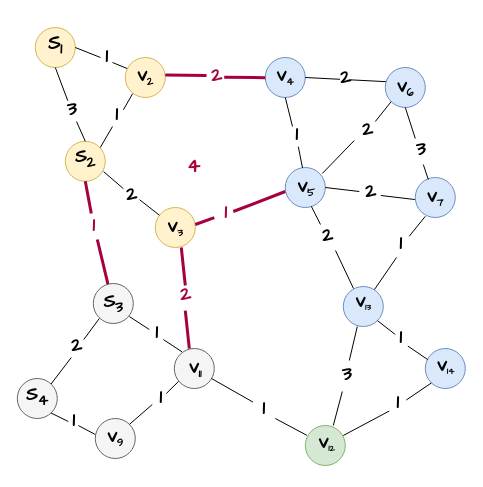
coldbubbletea/World-of-Warcraft--Non-graphical-interface-CPP-game keeps this draw.io diagram as 1.drawio. Above is the earlier version. Source tidied: cells renumbered, new cells numbered last; positions are measured from the earlier drawing's top-left corner, leaving out a move shared by most shapes. Both pictures are drawn from the tidied source at 100%, with x=0, y=0 at pixel (17, 27).
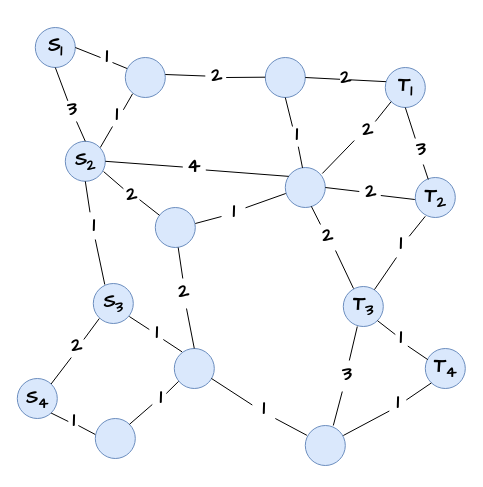
After the change.

The change refers to these unchanged cells:
```xml
<mxCell id="12" style="ellipse;whiteSpace=wrap;html=1;fillColor=#dae8fc;strokeColor=#6c8ebf;" parent="1" vertex="1">
  <mxGeometry x="267.8" y="140" width="40" height="40" as="geometry" />
</mxCell>
<mxCell id="43" value="&lt;font style=&quot;font-size: 19px;&quot; face=&quot;Comic Sans MS&quot;&gt;&lt;b&gt;1&lt;/b&gt;&lt;/font&gt;" style="text;html=1;strokeColor=none;fillColor=none;align=center;verticalAlign=middle;whiteSpace=wrap;rounded=0;fontColor=#000000;" parent="1" vertex="1">
  <mxGeometry x="234.8" y="373" width="23" height="18" as="geometry" />
</mxCell>
```

Change to the diagram source:
```diff
@@
-    <mxCell id="8" style="ellipse;whiteSpace=wrap;html=1;fillColor=#fff2cc;strokeColor=#d6b656;" parent="1" vertex="1">
+    <mxCell id="8" style="ellipse;whiteSpace=wrap;html=1;fillColor=#DAE8FC;strokeColor=#6C8EBF;" parent="1" vertex="1">
       <mxGeometry x="17.8" width="40" height="40" as="geometry" />
     </mxCell>
-    <mxCell id="9" style="ellipse;whiteSpace=wrap;html=1;fillColor=#fff2cc;strokeColor=#d6b656;" parent="1" vertex="1">
+    <mxCell id="9" style="ellipse;whiteSpace=wrap;html=1;fillColor=#DAE8FC;strokeColor=#6C8EBF;" parent="1" vertex="1">
       <mxGeometry x="47.8" y="113.8" width="40" height="40" as="geometry" />
     </mxCell>
-    <mxCell id="10" style="ellipse;whiteSpace=wrap;html=1;fillColor=#fff2cc;strokeColor=#d6b656;" parent="1" vertex="1">
+    <mxCell id="10" style="ellipse;whiteSpace=wrap;html=1;fillColor=#DAE8FC;strokeColor=#6C8EBF;" parent="1" vertex="1">
       <mxGeometry x="107.8" y="30" width="40" height="40" as="geometry" />
     </mxCell>
-    <mxCell id="11" style="ellipse;whiteSpace=wrap;html=1;fillColor=#fff2cc;strokeColor=#d6b656;" parent="1" vertex="1">
+    <mxCell id="11" style="ellipse;whiteSpace=wrap;html=1;fillColor=#DAE8FC;strokeColor=#6C8EBF;" parent="1" vertex="1">
       <mxGeometry x="137.8" y="180" width="40" height="40" as="geometry" />
     </mxCell>
@@
-    <mxCell id="20" value="&lt;h2 style=&quot;&quot;&gt;&lt;font face=&quot;comic sans ms&quot; style=&quot;font-size: 19px;&quot;&gt;v&lt;/font&gt;&lt;font face=&quot;comic sans ms&quot; style=&quot;font-size: 13.1944px;&quot;&gt;&lt;sub&gt;3&lt;/sub&gt;&lt;/font&gt;&lt;/h2&gt;" style="text;html=1;strokeColor=none;fillColor=none;align=center;verticalAlign=middle;whiteSpace=wrap;rounded=0;" parent="1" vertex="1">
-      <mxGeometry x="147.8" y="191.2" width="20" height="17.5" as="geometry" />
-    </mxCell>
-    <mxCell id="21" value="&lt;h2 style=&quot;&quot;&gt;&lt;font style=&quot;font-size: 19px;&quot;&gt;v&lt;/font&gt;&lt;font style=&quot;font-size: 13.1944px;&quot;&gt;&lt;sub&gt;2&lt;/sub&gt;&lt;/font&gt;&lt;/h2&gt;" style="text;html=1;strokeColor=none;fillColor=none;align=center;verticalAlign=middle;whiteSpace=wrap;rounded=0;fontFamily=Comic Sans MS;" parent="1" vertex="1">
-      <mxGeometry x="117.8" y="40" width="20" height="17.5" as="geometry" />
-    </mxCell>
-    <mxCell id="22" style="ellipse;whiteSpace=wrap;html=1;fillColor=#f5f5f5;strokeColor=#666666;fontColor=#333333;" parent="1" vertex="1">
+    <mxCell id="22" style="ellipse;whiteSpace=wrap;html=1;fillColor=#DAE8FC;strokeColor=#6C8EBF;fontColor=#333333;" parent="1" vertex="1">
       <mxGeometry x="156.8" y="321" width="40" height="40" as="geometry" />
     </mxCell>
-    <mxCell id="23" style="ellipse;whiteSpace=wrap;html=1;fillColor=#f5f5f5;strokeColor=#666666;fontColor=#333333;" parent="1" vertex="1">
+    <mxCell id="23" style="ellipse;whiteSpace=wrap;html=1;fillColor=#DAE8FC;strokeColor=#6C8EBF;fontColor=#333333;" parent="1" vertex="1">
       <mxGeometry x="75.8" y="256" width="40" height="40" as="geometry" />
     </mxCell>
-    <mxCell id="24" style="ellipse;whiteSpace=wrap;html=1;fillColor=#f5f5f5;strokeColor=#666666;fontColor=#333333;" parent="1" vertex="1">
+    <mxCell id="24" style="ellipse;whiteSpace=wrap;html=1;fillColor=#DAE8FC;strokeColor=#6C8EBF;fontColor=#333333;gradientColor=none;" parent="1" vertex="1">
       <mxGeometry x="77.8" y="391" width="40" height="40" as="geometry" />
     </mxCell>
-    <mxCell id="25" style="ellipse;whiteSpace=wrap;html=1;fillColor=#f5f5f5;strokeColor=#666666;fontColor=#333333;" parent="1" vertex="1">
+    <mxCell id="25" style="ellipse;whiteSpace=wrap;html=1;fillColor=#DAE8FC;strokeColor=#6C8EBF;fontColor=#333333;" parent="1" vertex="1">
       <mxGeometry x="-0.2" y="351" width="40" height="40" as="geometry" />
     </mxCell>
-    <mxCell id="26" style="endArrow=none;html=1;rounded=0;strokeWidth=3;fillColor=#d80073;strokeColor=#A50040;entryX=0.5;entryY=1;entryDx=0;entryDy=0;" parent="1" edge="1" target="9">
-      <mxGeometry relative="1" as="geometry">
-        <mxPoint x="73.8" y="186" as="sourcePoint" />
-      </mxGeometry>
-    </mxCell>
@@
-    <mxCell id="29" style="ellipse;whiteSpace=wrap;html=1;fillColor=#d5e8d4;strokeColor=#82b366;" parent="1" vertex="1">
+    <mxCell id="29" style="ellipse;whiteSpace=wrap;html=1;fillColor=#DAE8FC;strokeColor=#6C8EBF;" parent="1" vertex="1">
       <mxGeometry x="287.8" y="398" width="40" height="40" as="geometry" />
     </mxCell>
@@
-    <mxCell id="32" value="&lt;h2 style=&quot;&quot;&gt;&lt;font style=&quot;font-size: 19px;&quot;&gt;v&lt;/font&gt;&lt;font style=&quot;font-size: 13.1944px;&quot;&gt;&lt;sub&gt;6&lt;/sub&gt;&lt;/font&gt;&lt;/h2&gt;" style="text;html=1;strokeColor=none;fillColor=none;align=center;verticalAlign=middle;whiteSpace=wrap;rounded=0;fontFamily=Comic Sans MS;" parent="1" vertex="1">
-      <mxGeometry x="377.8" y="51.2" width="20" height="17.5" as="geometry" />
-    </mxCell>
-    <mxCell id="33" value="&lt;font color=&quot;#a50040&quot; style=&quot;font-size: 19px;&quot; face=&quot;Comic Sans MS&quot;&gt;&lt;b&gt;1&lt;/b&gt;&lt;/font&gt;" style="text;html=1;strokeColor=none;fillColor=none;align=center;verticalAlign=middle;whiteSpace=wrap;rounded=0;" parent="1" vertex="1">
+    <mxCell id="33" value="&lt;font style=&quot;font-size: 19px;&quot; face=&quot;Comic Sans MS&quot;&gt;&lt;b&gt;1&lt;/b&gt;&lt;/font&gt;" style="text;html=1;strokeColor=none;fillColor=none;align=center;verticalAlign=middle;whiteSpace=wrap;rounded=0;fontColor=#000000;" parent="1" vertex="1">
       <mxGeometry x="64.8" y="190" width="23" height="18" as="geometry" />
     </mxCell>
-    <mxCell id="34" style="endArrow=none;html=1;rounded=0;strokeWidth=3;fillColor=#d80073;strokeColor=#A50040;entryX=0.5;entryY=1;entryDx=0;entryDy=0;exitX=0.366;exitY=0.015;exitDx=0;exitDy=0;exitPerimeter=0;" parent="1" edge="1" source="23">
-      <mxGeometry relative="1" as="geometry">
-        <mxPoint x="79.8" y="212" as="targetPoint" />
-      </mxGeometry>
-    </mxCell>
-    <mxCell id="35" style="endArrow=none;html=1;rounded=0;strokeWidth=3;fillColor=#d80073;strokeColor=#A50040;entryX=0.5;entryY=1;entryDx=0;entryDy=0;" parent="1" edge="1">
-      <mxGeometry relative="1" as="geometry">
-        <mxPoint x="167.8" y="258" as="sourcePoint" />
-        <mxPoint x="163.8" y="220" as="targetPoint" />
-      </mxGeometry>
-    </mxCell>
-    <mxCell id="36" value="&lt;font color=&quot;#a50040&quot; style=&quot;font-size: 19px;&quot; face=&quot;Comic Sans MS&quot;&gt;&lt;b&gt;2&lt;/b&gt;&lt;/font&gt;" style="text;html=1;strokeColor=none;fillColor=none;align=center;verticalAlign=middle;whiteSpace=wrap;rounded=0;" parent="1" vertex="1">
-      <mxGeometry x="156.8" y="259" width="23" height="18" as="geometry" />
+    <mxCell id="36" value="&lt;font style=&quot;font-size: 19px;&quot; face=&quot;Comic Sans MS&quot;&gt;&lt;b&gt;2&lt;/b&gt;&lt;/font&gt;" style="text;html=1;strokeColor=none;fillColor=none;align=center;verticalAlign=middle;whiteSpace=wrap;rounded=0;fontColor=#000000;" parent="1" vertex="1">
+      <mxGeometry x="154.8" y="255.5" width="23" height="18" as="geometry" />
     </mxCell>
@@
-    <mxCell id="38" style="endArrow=none;html=1;rounded=0;strokeWidth=3;fillColor=#d80073;strokeColor=#A50040;entryX=0.5;entryY=1;entryDx=0;entryDy=0;" parent="1" edge="1">
-      <mxGeometry relative="1" as="geometry">
-        <mxPoint x="171.8" y="321.2" as="sourcePoint" />
-        <mxPoint x="167.8" y="283.2" as="targetPoint" />
-      </mxGeometry>
-    </mxCell>
@@
-    <mxCell id="40" value="&lt;font color=&quot;#a50040&quot; style=&quot;font-size: 19px;&quot; face=&quot;Comic Sans MS&quot;&gt;&lt;b&gt;4&lt;/b&gt;&lt;/font&gt;" style="text;html=1;strokeColor=none;fillColor=none;align=center;verticalAlign=middle;whiteSpace=wrap;rounded=0;" parent="1" vertex="1">
+    <mxCell id="40" value="&lt;font style=&quot;font-size: 19px;&quot; face=&quot;Comic Sans MS&quot;&gt;&lt;b&gt;4&lt;/b&gt;&lt;/font&gt;" style="text;html=1;strokeColor=none;fillColor=none;align=center;verticalAlign=middle;whiteSpace=wrap;rounded=0;fontColor=#000000;" parent="1" vertex="1">
       <mxGeometry x="165.3" y="130.5" width="23" height="18" as="geometry" />
     </mxCell>
@@
-    <mxCell id="48" value="&lt;h2 style=&quot;&quot;&gt;&lt;font style=&quot;font-size: 19px;&quot;&gt;v&lt;/font&gt;&lt;font style=&quot;font-size: 10.9953px;&quot;&gt;&lt;sub&gt;13&lt;/sub&gt;&lt;/font&gt;&lt;/h2&gt;" style="text;html=1;strokeColor=none;fillColor=none;align=center;verticalAlign=middle;whiteSpace=wrap;rounded=0;fontFamily=Comic Sans MS;" parent="1" vertex="1">
-      <mxGeometry x="335.8" y="265.8" width="20" height="17.5" as="geometry" />
-    </mxCell>
@@
-    <mxCell id="51" value="&lt;h2 style=&quot;&quot;&gt;&lt;font style=&quot;font-size: 19px;&quot;&gt;v&lt;/font&gt;&lt;font style=&quot;font-size: 10.9953px;&quot;&gt;&lt;sub&gt;12&lt;/sub&gt;&lt;/font&gt;&lt;/h2&gt;" style="text;html=1;strokeColor=none;fillColor=none;align=center;verticalAlign=middle;whiteSpace=wrap;rounded=0;fontFamily=Comic Sans MS;" parent="1" vertex="1">
-      <mxGeometry x="299.3" y="407" width="20.5" height="18" as="geometry" />
-    </mxCell>
-    <mxCell id="52" value="&lt;h2 style=&quot;&quot;&gt;&lt;font style=&quot;font-size: 19px;&quot;&gt;v&lt;/font&gt;&lt;font style=&quot;font-size: 10.9953px;&quot;&gt;&lt;sub&gt;14&lt;/sub&gt;&lt;/font&gt;&lt;/h2&gt;" style="text;html=1;strokeColor=none;fillColor=none;align=center;verticalAlign=middle;whiteSpace=wrap;rounded=0;fontFamily=Comic Sans MS;" parent="1" vertex="1">
-      <mxGeometry x="417.6" y="329.5" width="20.5" height="18" as="geometry" />
-    </mxCell>
@@
-    <mxCell id="65" value="&lt;font color=&quot;#a50040&quot; style=&quot;font-size: 19px;&quot; face=&quot;Comic Sans MS&quot;&gt;&lt;b&gt;1&lt;/b&gt;&lt;/font&gt;" style="text;html=1;strokeColor=none;fillColor=none;align=center;verticalAlign=middle;whiteSpace=wrap;rounded=0;" parent="1" vertex="1">
-      <mxGeometry x="196.8" y="177" width="23" height="18" as="geometry" />
+    <mxCell id="65" value="&lt;font style=&quot;font-size: 19px;&quot; face=&quot;Comic Sans MS&quot;&gt;&lt;b&gt;1&lt;/b&gt;&lt;/font&gt;" style="text;html=1;strokeColor=none;fillColor=none;align=center;verticalAlign=middle;whiteSpace=wrap;rounded=0;fontColor=#000000;" parent="1" vertex="1">
+      <mxGeometry x="205" y="175.8" width="23" height="18" as="geometry" />
     </mxCell>
-    <mxCell id="66" style="endArrow=none;html=1;rounded=0;strokeWidth=3;fillColor=#d80073;strokeColor=#A50040;entryX=0.181;entryY=0.874;entryDx=0;entryDy=0;entryPerimeter=0;" parent="1" edge="1">
-      <mxGeometry relative="1" as="geometry">
-        <mxPoint x="215.8" y="184" as="sourcePoint" />
-        <mxPoint x="267.8" y="164" as="targetPoint" />
-      </mxGeometry>
-    </mxCell>
-    <mxCell id="67" style="endArrow=none;html=1;rounded=0;strokeWidth=3;fillColor=#d80073;strokeColor=#A50040;" parent="1" edge="1" target="65">
-      <mxGeometry relative="1" as="geometry">
-        <mxPoint x="177.8" y="197" as="sourcePoint" />
-      </mxGeometry>
-    </mxCell>
@@
-    <mxCell id="80" style="endArrow=none;html=1;rounded=0;exitX=1;exitY=0.5;exitDx=0;exitDy=0;strokeWidth=3;fillColor=#d80073;strokeColor=#A50040;" parent="1" edge="1">
-      <mxGeometry relative="1" as="geometry">
-        <mxPoint x="147.8" y="47.5" as="sourcePoint" />
-        <mxPoint x="189" y="48" as="targetPoint" />
-      </mxGeometry>
-    </mxCell>
-    <mxCell id="81" value="&lt;font color=&quot;#a50040&quot; style=&quot;font-size: 19px;&quot; face=&quot;Comic Sans MS&quot;&gt;&lt;b&gt;2&lt;/b&gt;&lt;/font&gt;" style="text;html=1;strokeColor=none;fillColor=none;align=center;verticalAlign=middle;whiteSpace=wrap;rounded=0;" parent="1" vertex="1">
+    <mxCell id="81" value="&lt;font style=&quot;font-size: 19px;&quot; face=&quot;Comic Sans MS&quot;&gt;&lt;b&gt;2&lt;/b&gt;&lt;/font&gt;" style="text;html=1;strokeColor=none;fillColor=none;align=center;verticalAlign=middle;whiteSpace=wrap;rounded=0;fontColor=#000000;" parent="1" vertex="1">
       <mxGeometry x="187.8" y="39.5" width="23" height="18" as="geometry" />
     </mxCell>
-    <mxCell id="82" style="endArrow=none;html=1;rounded=0;exitX=1;exitY=0.5;exitDx=0;exitDy=0;strokeWidth=3;fillColor=#d80073;strokeColor=#A50040;" parent="1" edge="1">
-      <mxGeometry relative="1" as="geometry">
-        <mxPoint x="206.7" y="49.8" as="sourcePoint" />
-        <mxPoint x="247.8" y="50.2" as="targetPoint" />
-      </mxGeometry>
-    </mxCell>
@@
     <mxCell id="87" value="&lt;h2 style=&quot;border-color: var(--border-color);&quot;&gt;S&lt;sub style=&quot;border-color: var(--border-color);&quot;&gt;2&lt;/sub&gt;&lt;/h2&gt;" style="text;html=1;strokeColor=none;fillColor=none;align=center;verticalAlign=middle;whiteSpace=wrap;rounded=0;fontFamily=Comic Sans MS;" parent="1" vertex="1">
-      <mxGeometry x="57.8" y="122.5" width="20" height="17.5" as="geometry" />
+      <mxGeometry x="57.8" y="125" width="20" height="17.5" as="geometry" />
     </mxCell>
     <mxCell id="88" value="&lt;h2 style=&quot;&quot;&gt;&lt;span style=&quot;font-size: 19px;&quot;&gt;S&lt;sub&gt;1&lt;/sub&gt;&lt;/span&gt;&lt;/h2&gt;" style="text;html=1;strokeColor=none;fillColor=none;align=center;verticalAlign=middle;whiteSpace=wrap;rounded=0;fontFamily=Comic Sans MS;" parent="1" vertex="1">
-      <mxGeometry x="27.8" y="9" width="20" height="17.5" as="geometry" />
+      <mxGeometry x="27.8" y="11.2" width="20" height="17.5" as="geometry" />
     </mxCell>
-    <mxCell id="89" value="&lt;h2 style=&quot;&quot;&gt;&lt;font style=&quot;font-size: 19px;&quot;&gt;v&lt;/font&gt;&lt;font style=&quot;font-size: 13.1944px;&quot;&gt;&lt;sub&gt;4&lt;/sub&gt;&lt;/font&gt;&lt;/h2&gt;" style="text;html=1;strokeColor=none;fillColor=none;align=center;verticalAlign=middle;whiteSpace=wrap;rounded=0;fontFamily=Comic Sans MS;" parent="1" vertex="1">
-      <mxGeometry x="257.8" y="40" width="20" height="17.5" as="geometry" />
-    </mxCell>
-    <mxCell id="90" value="&lt;h2 style=&quot;&quot;&gt;&lt;font style=&quot;font-size: 19px;&quot;&gt;v&lt;/font&gt;&lt;font style=&quot;font-size: 13.1944px;&quot;&gt;&lt;sub&gt;5&lt;/sub&gt;&lt;/font&gt;&lt;/h2&gt;" style="text;html=1;strokeColor=none;fillColor=none;align=center;verticalAlign=middle;whiteSpace=wrap;rounded=0;fontFamily=Comic Sans MS;" parent="1" vertex="1">
-      <mxGeometry x="279.3" y="151.2" width="20" height="17.5" as="geometry" />
-    </mxCell>
-    <mxCell id="91" value="&lt;h2 style=&quot;&quot;&gt;&lt;font style=&quot;font-size: 19px;&quot;&gt;v&lt;/font&gt;&lt;font style=&quot;font-size: 13.1944px;&quot;&gt;&lt;sub&gt;7&lt;/sub&gt;&lt;/font&gt;&lt;/h2&gt;" style="text;html=1;strokeColor=none;fillColor=none;align=center;verticalAlign=middle;whiteSpace=wrap;rounded=0;fontFamily=Comic Sans MS;" parent="1" vertex="1">
-      <mxGeometry x="407.8" y="161.2" width="20" height="17.5" as="geometry" />
-    </mxCell>
@@
     <mxCell id="93" value="&lt;h2 style=&quot;border-color: var(--border-color);&quot;&gt;S&lt;sub style=&quot;border-color: var(--border-color);&quot;&gt;4&lt;/sub&gt;&lt;/h2&gt;" style="text;html=1;strokeColor=none;fillColor=none;align=center;verticalAlign=middle;whiteSpace=wrap;rounded=0;fontFamily=Comic Sans MS;" parent="1" vertex="1">
-      <mxGeometry x="9.8" y="360.5" width="20" height="17.5" as="geometry" />
+      <mxGeometry x="9.8" y="363.5" width="20" height="17.5" as="geometry" />
     </mxCell>
-    <mxCell id="94" value="&lt;h2 style=&quot;&quot;&gt;&lt;font style=&quot;font-size: 19px;&quot;&gt;v&lt;/font&gt;&lt;font style=&quot;font-size: 13.1944px;&quot;&gt;&lt;sub&gt;9&lt;/sub&gt;&lt;/font&gt;&lt;/h2&gt;" style="text;html=1;strokeColor=none;fillColor=none;align=center;verticalAlign=middle;whiteSpace=wrap;rounded=0;fontFamily=Comic Sans MS;" parent="1" vertex="1">
-      <mxGeometry x="87.8" y="401.5" width="20" height="17.5" as="geometry" />
-    </mxCell>
-    <mxCell id="95" value="&lt;h2 style=&quot;&quot;&gt;&lt;font style=&quot;font-size: 19px;&quot;&gt;v&lt;/font&gt;&lt;font style=&quot;font-size: 13.1944px;&quot;&gt;&lt;sub&gt;11&lt;/sub&gt;&lt;/font&gt;&lt;/h2&gt;" style="text;html=1;strokeColor=none;fillColor=none;align=center;verticalAlign=middle;whiteSpace=wrap;rounded=0;fontFamily=Comic Sans MS;" parent="1" vertex="1">
-      <mxGeometry x="168.3" y="332.2" width="20" height="17.5" as="geometry" />
-    </mxCell>
-    <mxCell id="96" style="endArrow=none;html=1;rounded=0;exitX=0.032;exitY=0.09;exitDx=0;exitDy=0;exitPerimeter=0;" parent="1" edge="1" source="43">
+    <mxCell id="96" style="endArrow=none;html=1;rounded=0;" parent="1" edge="1">
       <mxGeometry relative="1" as="geometry">
-        <mxPoint x="194" y="351" as="targetPoint" />
+        <mxPoint x="165.3" y="251" as="sourcePoint" />
+        <mxPoint x="160.7" y="220" as="targetPoint" />
       </mxGeometry>
     </mxCell>
@@
+    <mxCell id="102" style="endArrow=none;html=1;rounded=0;exitX=1;exitY=0.5;exitDx=0;exitDy=0;entryX=0;entryY=0.5;entryDx=0;entryDy=0;" parent="1" edge="1" source="9" target="40">
+      <mxGeometry relative="1" as="geometry" />
+    </mxCell>
+    <mxCell id="103" style="endArrow=none;html=1;rounded=0;exitX=1;exitY=0.5;exitDx=0;exitDy=0;entryX=0.088;entryY=0.222;entryDx=0;entryDy=0;entryPerimeter=0;" parent="1" edge="1" target="12">
+      <mxGeometry relative="1" as="geometry">
+        <mxPoint x="188.3" y="142.5" as="sourcePoint" />
+      </mxGeometry>
+    </mxCell>
+    <mxCell id="104" style="endArrow=none;html=1;rounded=0;exitX=1;exitY=0.5;exitDx=0;exitDy=0;entryX=0;entryY=0.5;entryDx=0;entryDy=0;" parent="1" edge="1" target="81">
+      <mxGeometry relative="1" as="geometry">
+        <mxPoint x="147.8" y="47" as="sourcePoint" />
+      </mxGeometry>
+    </mxCell>
+    <mxCell id="105" style="endArrow=none;html=1;rounded=0;exitX=1;exitY=0.5;exitDx=0;exitDy=0;" parent="1" edge="1">
+      <mxGeometry relative="1" as="geometry">
+        <mxPoint x="208.7" y="50" as="sourcePoint" />
+        <mxPoint x="247.8" y="49.7" as="targetPoint" />
+      </mxGeometry>
+    </mxCell>
+    <mxCell id="106" style="endArrow=none;html=1;rounded=0;exitX=1;exitY=0.25;exitDx=0;exitDy=0;entryX=0.011;entryY=0.65;entryDx=0;entryDy=0;entryPerimeter=0;" parent="1" edge="1" source="65" target="12">
+      <mxGeometry relative="1" as="geometry" />
+    </mxCell>
+    <mxCell id="107" style="endArrow=none;html=1;rounded=0;exitX=0.5;exitY=0;exitDx=0;exitDy=0;" parent="1" edge="1" source="22">
+      <mxGeometry relative="1" as="geometry">
+        <mxPoint x="169" y="281" as="targetPoint" />
+      </mxGeometry>
+    </mxCell>
+    <mxCell id="108" style="endArrow=none;html=1;rounded=0;exitX=1;exitY=0.25;exitDx=0;exitDy=0;" parent="1" edge="1">
+      <mxGeometry relative="1" as="geometry">
+        <mxPoint x="177.8" y="196" as="sourcePoint" />
+        <mxPoint x="204" y="189" as="targetPoint" />
+      </mxGeometry>
+    </mxCell>
+    <mxCell id="109" style="endArrow=none;html=1;rounded=0;exitX=0;exitY=0.25;exitDx=0;exitDy=0;" parent="1" edge="1" source="43">
+      <mxGeometry relative="1" as="geometry">
+        <mxPoint x="194" y="351" as="targetPoint" />
+      </mxGeometry>
+    </mxCell>
+    <mxCell id="110" style="endArrow=none;html=1;rounded=0;" parent="1" edge="1">
+      <mxGeometry relative="1" as="geometry">
+        <mxPoint x="72.5" y="184.8" as="sourcePoint" />
+        <mxPoint x="67.8" y="153.8" as="targetPoint" />
+      </mxGeometry>
+    </mxCell>
+    <mxCell id="111" style="endArrow=none;html=1;rounded=0;exitX=0.287;exitY=0.026;exitDx=0;exitDy=0;exitPerimeter=0;" parent="1" edge="1" source="23">
+      <mxGeometry relative="1" as="geometry">
+        <mxPoint x="77.8" y="212" as="targetPoint" />
+      </mxGeometry>
+    </mxCell>
+    <mxCell id="112" value="&lt;h2 style=&quot;&quot;&gt;&lt;span style=&quot;font-size: 19px;&quot;&gt;T&lt;sub&gt;1&lt;/sub&gt;&lt;/span&gt;&lt;/h2&gt;" style="text;html=1;strokeColor=none;fillColor=none;align=center;verticalAlign=middle;whiteSpace=wrap;rounded=0;fontFamily=Comic Sans MS;" parent="1" vertex="1">
+      <mxGeometry x="377.8" y="51.2" width="20" height="17.5" as="geometry" />
+    </mxCell>
+    <mxCell id="113" value="&lt;h2 style=&quot;&quot;&gt;&lt;span style=&quot;font-size: 19px;&quot;&gt;T&lt;sub&gt;2&lt;/sub&gt;&lt;/span&gt;&lt;/h2&gt;" style="text;html=1;strokeColor=none;fillColor=none;align=center;verticalAlign=middle;whiteSpace=wrap;rounded=0;fontFamily=Comic Sans MS;" parent="1" vertex="1">
+      <mxGeometry x="407.8" y="162.5" width="20" height="17.5" as="geometry" />
+    </mxCell>
+    <mxCell id="114" value="&lt;h2 style=&quot;&quot;&gt;&lt;span style=&quot;font-size: 19px;&quot;&gt;T&lt;sub&gt;3&lt;/sub&gt;&lt;/span&gt;&lt;/h2&gt;" style="text;html=1;strokeColor=none;fillColor=none;align=center;verticalAlign=middle;whiteSpace=wrap;rounded=0;fontFamily=Comic Sans MS;" parent="1" vertex="1">
+      <mxGeometry x="335.8" y="270.2" width="20" height="17.5" as="geometry" />
+    </mxCell>
+    <mxCell id="115" value="&lt;h2 style=&quot;&quot;&gt;&lt;span style=&quot;font-size: 19px;&quot;&gt;T&lt;sub&gt;4&lt;/sub&gt;&lt;/span&gt;&lt;/h2&gt;" style="text;html=1;strokeColor=none;fillColor=none;align=center;verticalAlign=middle;whiteSpace=wrap;rounded=0;fontFamily=Comic Sans MS;" parent="1" vertex="1">
+      <mxGeometry x="417.8" y="332.2" width="20" height="17.5" as="geometry" />
+    </mxCell>
```
